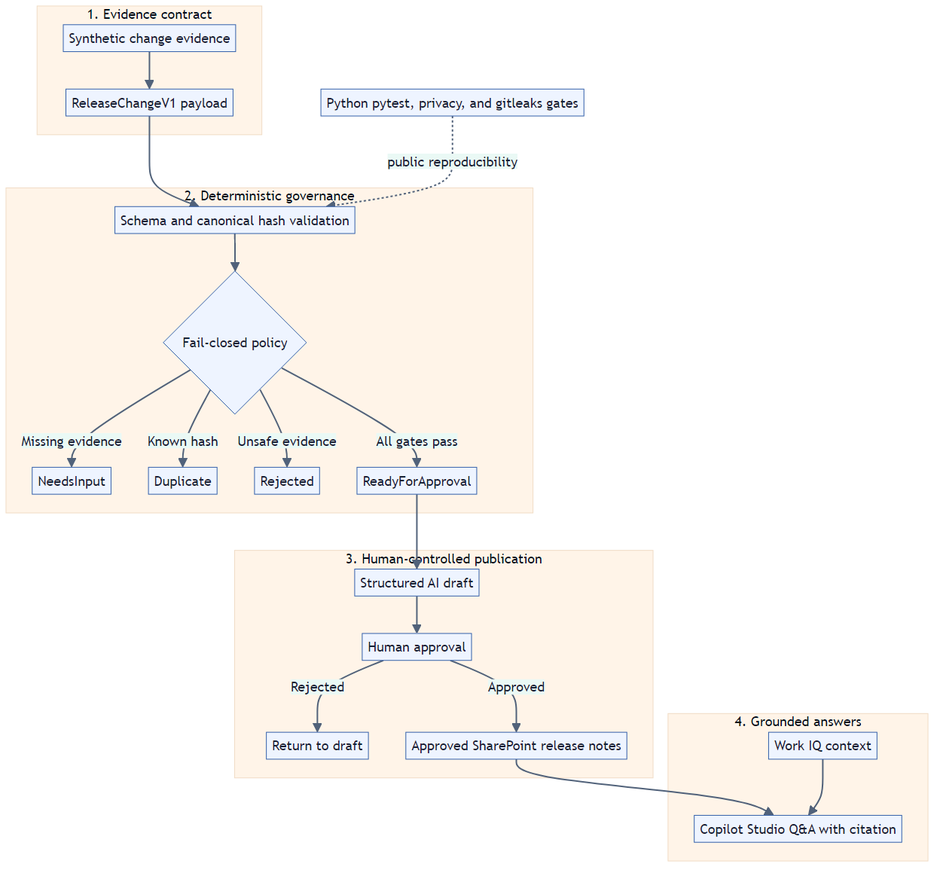
Before: docs/architecture.png, a diagram exported from Mermaid (kotorn/governed-release-copilot). Its source is kept beside it as docs/architecture.mmd. Source of this version:
```mermaid
%%{init: {"theme": "base", "themeVariables": {"fontSize": "18px", "primaryColor": "#eef4ff", "primaryTextColor": "#172033", "primaryBorderColor": "#315ea8", "lineColor": "#51627a", "secondaryColor": "#eaf9f5", "tertiaryColor": "#fff4e8"}}}%%
flowchart TB
    subgraph S1["1. Evidence contract"]
        A["Synthetic change evidence"] --> B["ReleaseChangeV1 payload"]
    end

    subgraph S2["2. Deterministic governance"]
        C["Schema and canonical hash validation"] --> D{"Fail-closed policy"}
        D -->|"Missing evidence"| E["NeedsInput"]
        D -->|"Known hash"| F["Duplicate"]
        D -->|"Unsafe evidence"| G["Rejected"]
        D -->|"All gates pass"| H["ReadyForApproval"]
    end

    subgraph S3["3. Human-controlled publication"]
        H --> I["Structured AI draft"]
        I --> J["Human approval"]
        J -->|"Rejected"| K["Return to draft"]
        J -->|"Approved"| L["Approved SharePoint release notes"]
    end

    subgraph S4["4. Grounded answers"]
        L --> M["Copilot Studio Q&A with citation"]
        N["Work IQ context"] --> M
    end

    B --> C
    O["Python pytest, privacy, and gitleaks gates"] -. "public reproducibility" .-> C
```
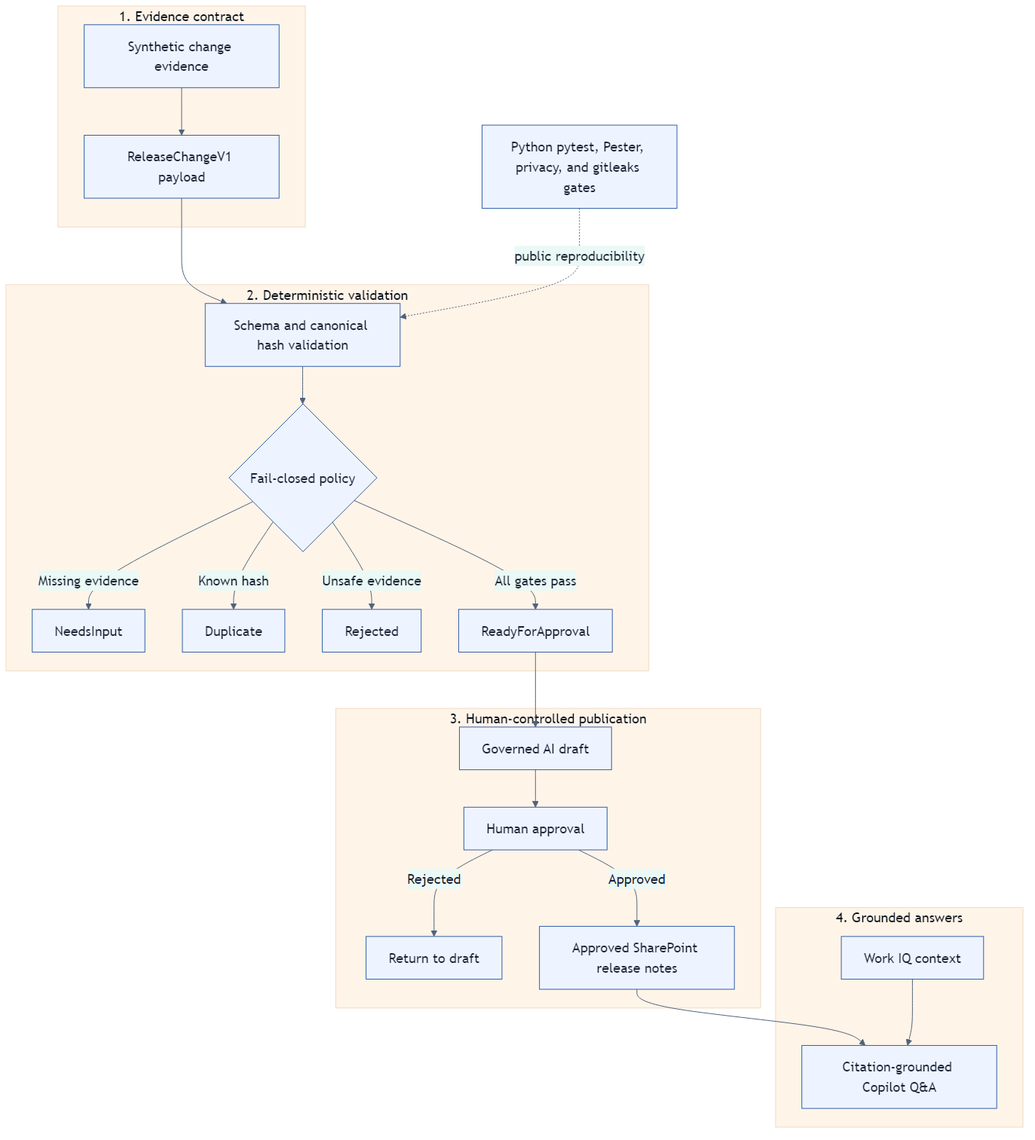
The same diagram one commit later.

The edit, as a diff of the source:
```diff
@@ -4,7 +4,7 @@
         A["Synthetic change evidence"] --> B["ReleaseChangeV1 payload"]
     end
 
-    subgraph S2["2. Deterministic governance"]
+    subgraph S2["2. Deterministic validation"]
         C["Schema and canonical hash validation"] --> D{"Fail-closed policy"}
         D -->|"Missing evidence"| E["NeedsInput"]
         D -->|"Known hash"| F["Duplicate"]
@@ -13,16 +13,16 @@
     end
 
     subgraph S3["3. Human-controlled publication"]
-        H --> I["Structured AI draft"]
+        H --> I["Governed AI draft"]
         I --> J["Human approval"]
         J -->|"Rejected"| K["Return to draft"]
         J -->|"Approved"| L["Approved SharePoint release notes"]
     end
 
     subgraph S4["4. Grounded answers"]
-        L --> M["Copilot Studio Q&A with citation"]
+        L --> M["Citation-grounded Copilot Q&A"]
         N["Work IQ context"] --> M
     end
 
     B --> C
-    O["Python pytest, privacy, and gitleaks gates"] -. "public reproducibility" .-> C
+    O["Python pytest, Pester, privacy, and gitleaks gates"] -. "public reproducibility" .-> C
```
